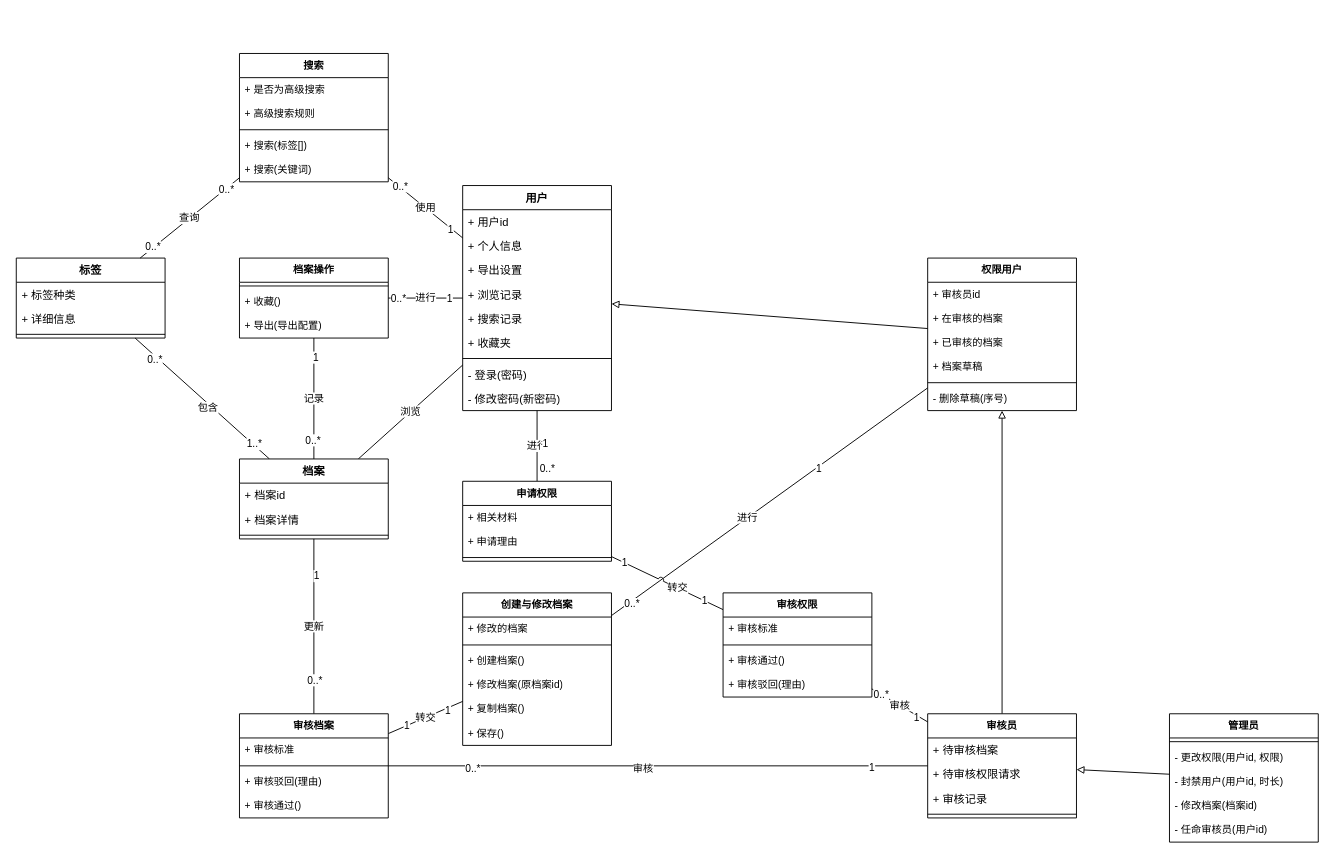
Above: 领域类图.drawio in icemeowzhi/uml (draw.io), before the change. Source tidied: cells renumbered, new cells numbered last; positions are measured from the earlier drawing's top-left corner, leaving out a move shared by most shapes. Both pictures are drawn from the tidied source at 93%, with x=0, y=0 at pixel (16, 53).
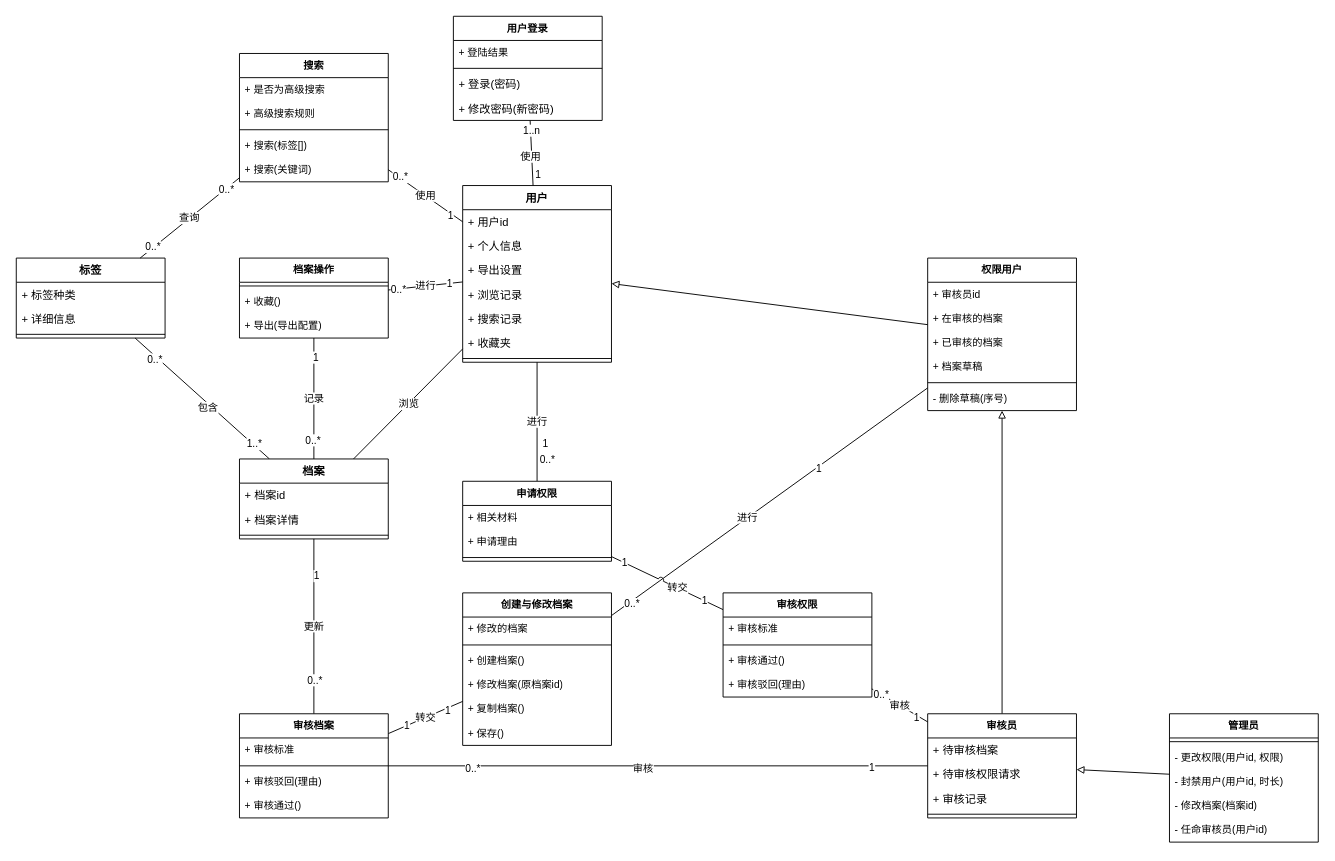
The same diagram, later.

Commit message:
更新领域类图.drawio

Change to the diagram source:
```diff
@@
     <mxCell id="11" value="用户" style="swimlane;fontStyle=1;align=center;verticalAlign=top;horizontal=1;startSize=26;whiteSpace=wrap;html=1;" parent="1" vertex="1">
-      <mxGeometry x="480" y="142" width="160" height="242" as="geometry" />
+      <mxGeometry x="480" y="142" width="160" height="190" as="geometry" />
     </mxCell>
@@
-    <mxCell id="19" value="- 登录(密码)" style="text;strokeColor=none;fillColor=none;align=left;verticalAlign=top;spacingLeft=4;spacingRight=4;overflow=hidden;whiteSpace=wrap;html=1;" parent="11" vertex="1">
-      <mxGeometry y="190" width="160" height="26" as="geometry" />
-    </mxCell>
-    <mxCell id="20" value="- 修改密码(新密码)" style="text;strokeColor=none;fillColor=none;align=left;verticalAlign=top;spacingLeft=4;spacingRight=4;overflow=hidden;whiteSpace=wrap;html=1;" parent="11" vertex="1">
-      <mxGeometry y="216" width="160" height="26" as="geometry" />
-    </mxCell>
@@
+    <mxCell id="114" style="edgeStyle=none;shape=connector;rounded=0;jettySize=auto;html=1;labelBackgroundColor=default;strokeColor=default;fontFamily=Helvetica;fontSize=11;fontColor=default;endArrow=none;endFill=0;" parent="1" edge="1" source="118" target="11">
+      <mxGeometry relative="1" as="geometry" />
+    </mxCell>
+    <mxCell id="115" value="1..n" style="edgeLabel;html=1;align=center;verticalAlign=middle;fontSize=11;fontFamily=Helvetica;fontColor=default;" parent="114" vertex="1">
+      <mxGeometry x="-0.69" relative="1" as="geometry" />
+    </mxCell>
+    <mxCell id="116" value="1" style="edgeLabel;html=1;align=center;verticalAlign=middle;fontSize=11;fontFamily=Helvetica;fontColor=default;" parent="114" vertex="1">
+      <mxGeometry x="0.57" y="2" relative="1" as="geometry">
+        <mxPoint x="3" y="3" as="offset" />
+      </mxGeometry>
+    </mxCell>
+    <mxCell id="117" value="使用" style="edgeLabel;html=1;align=center;verticalAlign=middle;fontSize=11;fontFamily=Helvetica;fontColor=default;" parent="114" vertex="1">
+      <mxGeometry x="-0.39" y="-1" relative="1" as="geometry">
+        <mxPoint y="17" as="offset" />
+      </mxGeometry>
+    </mxCell>
+    <mxCell id="118" value="用户登录" style="swimlane;fontStyle=1;align=center;verticalAlign=top;horizontal=1;startSize=26;whiteSpace=wrap;html=1;fontFamily=Helvetica;fontSize=11;fontColor=default;" parent="1" vertex="1">
+      <mxGeometry x="470" y="-40" width="160" height="112" as="geometry" />
+    </mxCell>
+    <mxCell id="119" value="+ 登陆结果" style="text;strokeColor=none;fillColor=none;align=left;verticalAlign=top;spacingLeft=4;spacingRight=4;overflow=hidden;whiteSpace=wrap;html=1;fontSize=11;fontFamily=Helvetica;fontColor=default;" parent="118" vertex="1">
+      <mxGeometry y="26" width="160" height="26" as="geometry" />
+    </mxCell>
+    <mxCell id="120" style="line;strokeWidth=1;fillColor=none;align=left;verticalAlign=middle;spacingTop=-1;spacingLeft=3;spacingRight=3;labelPosition=right;strokeColor=inherit;fontFamily=Helvetica;fontSize=11;fontColor=default;" parent="118" vertex="1">
+      <mxGeometry y="52" width="160" height="8" as="geometry" />
+    </mxCell>
+    <mxCell id="121" value="+ 登录(密码)" style="text;strokeColor=none;fillColor=none;align=left;verticalAlign=top;spacingLeft=4;spacingRight=4;overflow=hidden;whiteSpace=wrap;html=1;" parent="118" vertex="1">
+      <mxGeometry y="60" width="160" height="26" as="geometry" />
+    </mxCell>
+    <mxCell id="122" value="+ 修改密码(新密码)" style="text;strokeColor=none;fillColor=none;align=left;verticalAlign=top;spacingLeft=4;spacingRight=4;overflow=hidden;whiteSpace=wrap;html=1;" parent="118" vertex="1">
+      <mxGeometry y="86" width="160" height="26" as="geometry" />
+    </mxCell>
```
